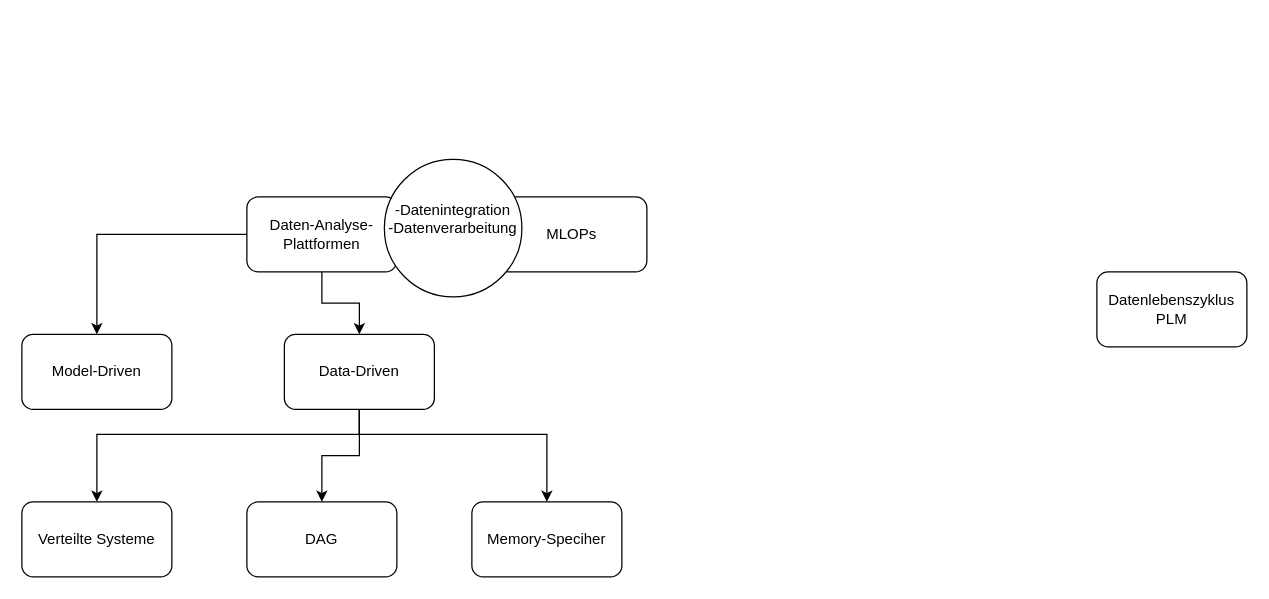
Above: page "Strömungen" (2 of 19) of Segmentierung.drawio in aquamas/diagrams (draw.io), before the change. Source tidied: cells renumbered, new cells numbered last; positions are measured from the earlier drawing's top-left corner, leaving out a move shared by most shapes. Both pictures are drawn from the tidied source at 125%, with x=0, y=0 at pixel (21, 159).
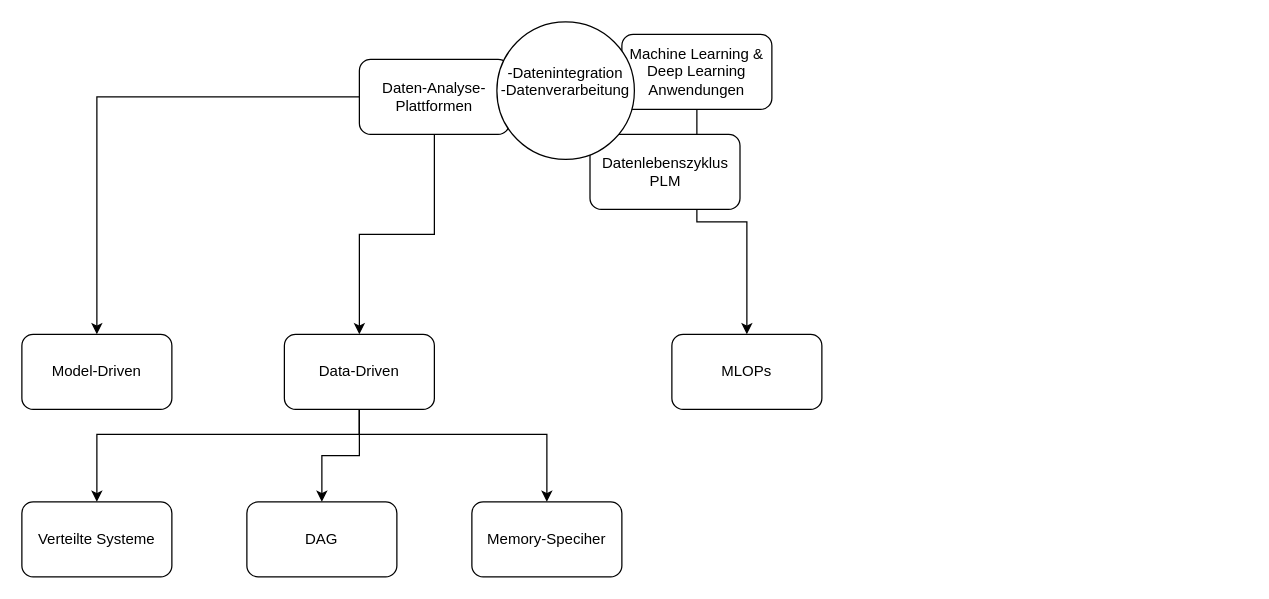
The same page after the edit.

The edit, as a diff of the source:
```diff
@@
+    <mxCell id="16" style="edgeStyle=orthogonalEdgeStyle;rounded=0;jettySize=auto;html=1;" parent="1" edge="1" source="17" target="14">
+      <mxGeometry relative="1" as="geometry" />
+    </mxCell>
@@
     <mxCell id="4" value="Daten-Analyse-Plattformen" style="rounded=1;whiteSpace=wrap;html=1;" parent="1" vertex="1">
-      <mxGeometry x="180" y="30" width="120" height="60" as="geometry" />
+      <mxGeometry x="270" y="-80" width="120" height="60" as="geometry" />
     </mxCell>
@@
     <mxCell id="10" value="Datenlebenszyklus PLM" style="rounded=1;whiteSpace=wrap;html=1;" parent="1" vertex="1">
-      <mxGeometry x="860" y="90" width="120" height="60" as="geometry" />
+      <mxGeometry x="454.5" y="-20" width="120" height="60" as="geometry" />
     </mxCell>
@@
     <mxCell id="14" value="MLOPs" style="rounded=1;whiteSpace=wrap;html=1;" parent="1" vertex="1">
-      <mxGeometry x="380" y="30" width="120" height="60" as="geometry" />
+      <mxGeometry x="520" y="140" width="120" height="60" as="geometry" />
     </mxCell>
+    <mxCell id="17" value="Machine Learning &amp;amp; Deep Learning Anwendungen" style="rounded=1;whiteSpace=wrap;html=1;" parent="1" vertex="1">
+      <mxGeometry x="480" y="-100" width="120" height="60" as="geometry" />
+    </mxCell>
     <mxCell id="15" value="-Datenintegration&lt;div&gt;-Datenverarbeitung&lt;br&gt;&lt;div&gt;&lt;br&gt;&lt;/div&gt;&lt;/div&gt;" style="ellipse;whiteSpace=wrap;html=1;" parent="1" vertex="1">
-      <mxGeometry x="290" width="110" height="110" as="geometry" />
+      <mxGeometry x="380" y="-110" width="110" height="110" as="geometry" />
     </mxCell>
```
